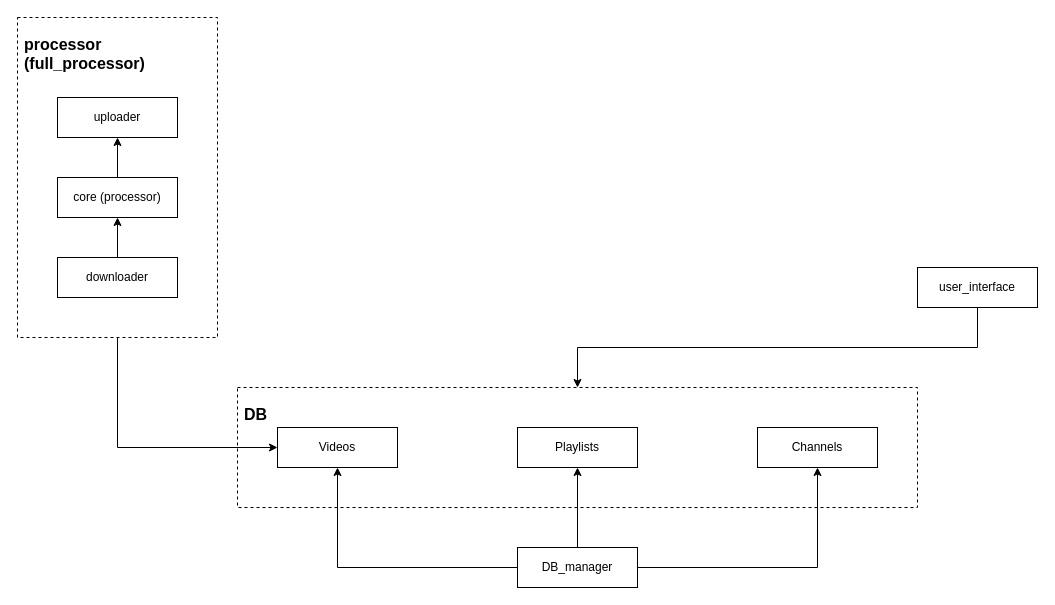
Earlier version of the draw.io diagram Untitled Diagram.drawio (Sinoosoida/PyCutBot). Source tidied: cells renumbered, new cells numbered last; positions are measured from the earlier drawing's top-left corner, leaving out a move shared by most shapes. Both pictures are drawn from the tidied source at 100%, with x=0, y=0 at pixel (17, 17).
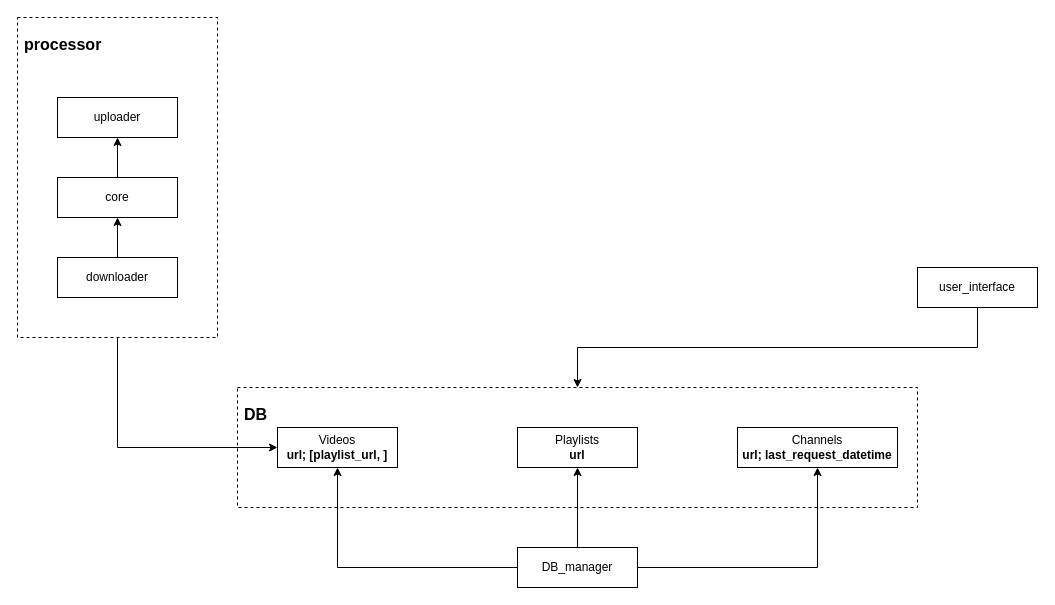
The same diagram, later.

What changed in the source:
```diff
@@
-    <mxCell id="2" value="&lt;h1 style=&quot;font-size: 16px&quot;&gt;processor (full_processor)&lt;/h1&gt;" style="rounded=0;whiteSpace=wrap;html=1;dashed=1;align=left;verticalAlign=top;horizontal=1;fontSize=16;spacingLeft=5;" parent="1" vertex="1">
+    <mxCell id="2" value="&lt;h1 style=&quot;font-size: 16px&quot;&gt;processor&lt;/h1&gt;" style="rounded=0;whiteSpace=wrap;html=1;dashed=1;align=left;verticalAlign=top;horizontal=1;fontSize=16;spacingLeft=5;" parent="1" vertex="1">
       <mxGeometry width="200" height="320" as="geometry" />
     </mxCell>
@@
-    <mxCell id="4" value="Videos" style="rounded=0;whiteSpace=wrap;html=1;" parent="1" vertex="1">
+    <mxCell id="4" value="Videos&lt;br&gt;&lt;b&gt;url; [playlist_url, ]&lt;/b&gt;" style="rounded=0;whiteSpace=wrap;html=1;" parent="1" vertex="1">
       <mxGeometry x="260" y="410" width="120" height="40" as="geometry" />
     </mxCell>
-    <mxCell id="5" value="Playlists" style="rounded=0;whiteSpace=wrap;html=1;" parent="1" vertex="1">
+    <mxCell id="5" value="Playlists&lt;br&gt;&lt;b&gt;url&lt;/b&gt;" style="rounded=0;whiteSpace=wrap;html=1;" parent="1" vertex="1">
       <mxGeometry x="500" y="410" width="120" height="40" as="geometry" />
     </mxCell>
-    <mxCell id="6" value="Channels" style="rounded=0;whiteSpace=wrap;html=1;" parent="1" vertex="1">
-      <mxGeometry x="740" y="410" width="120" height="40" as="geometry" />
+    <mxCell id="6" value="Channels&lt;br&gt;&lt;b&gt;url; last_request_datetime&lt;br&gt;&lt;/b&gt;" style="rounded=0;whiteSpace=wrap;html=1;" parent="1" vertex="1">
+      <mxGeometry x="720" y="410" width="160" height="40" as="geometry" />
     </mxCell>
@@
-    <mxCell id="14" value="core (processor)" style="rounded=0;whiteSpace=wrap;html=1;" parent="1" vertex="1">
+    <mxCell id="14" value="core" style="rounded=0;whiteSpace=wrap;html=1;" parent="1" vertex="1">
       <mxGeometry x="40" y="160" width="120" height="40" as="geometry" />
     </mxCell>
```
